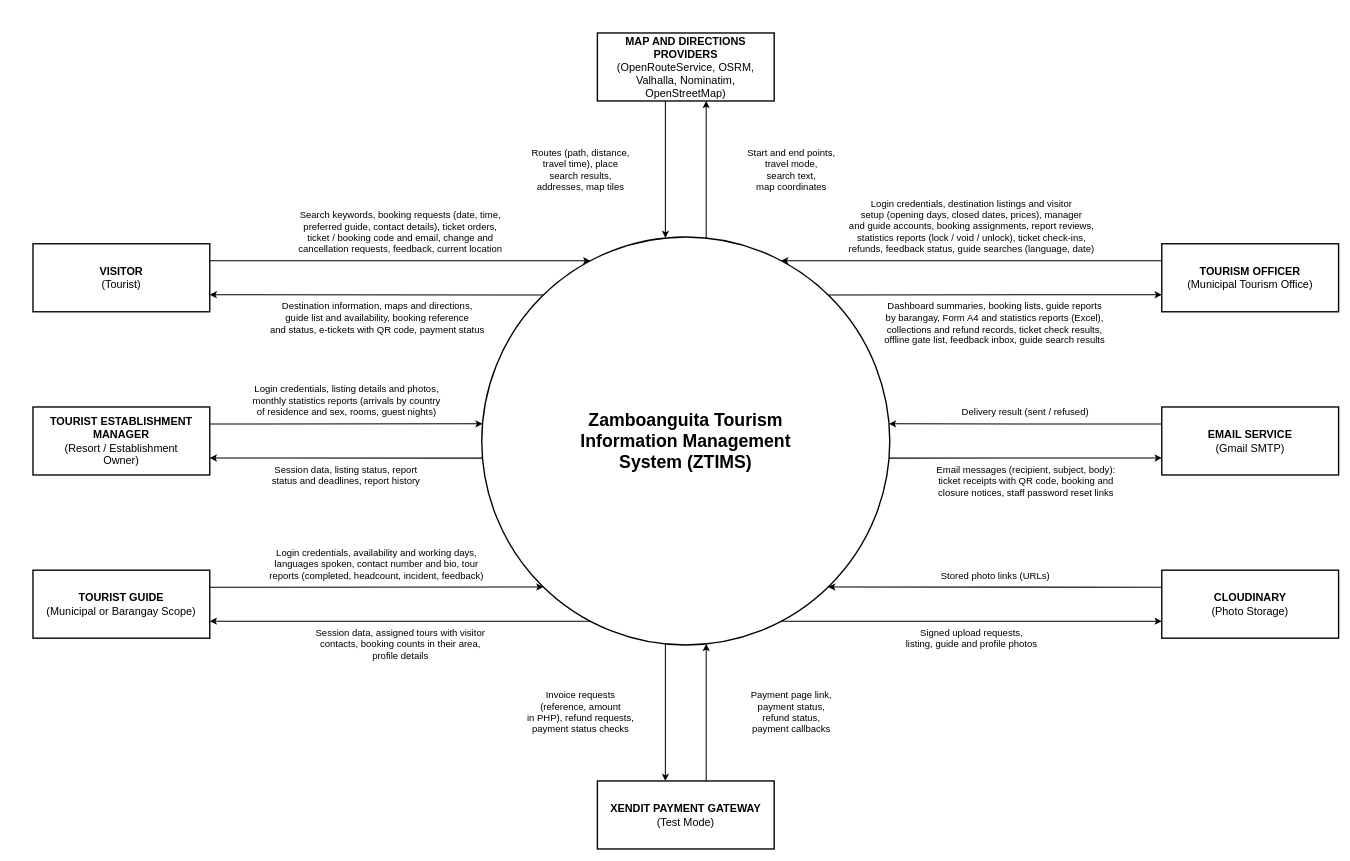
Above: docs/diagrams/ztims-context-diagram.drawio in jefee0101/ZTIMS (draw.io), before the change. Source tidied: cells renumbered, new cells numbered last; positions are measured from the earlier drawing's top-left corner, leaving out a move shared by most shapes. Both pictures are drawn from the tidied source at 68%, with x=0, y=0 at pixel (33, 33).
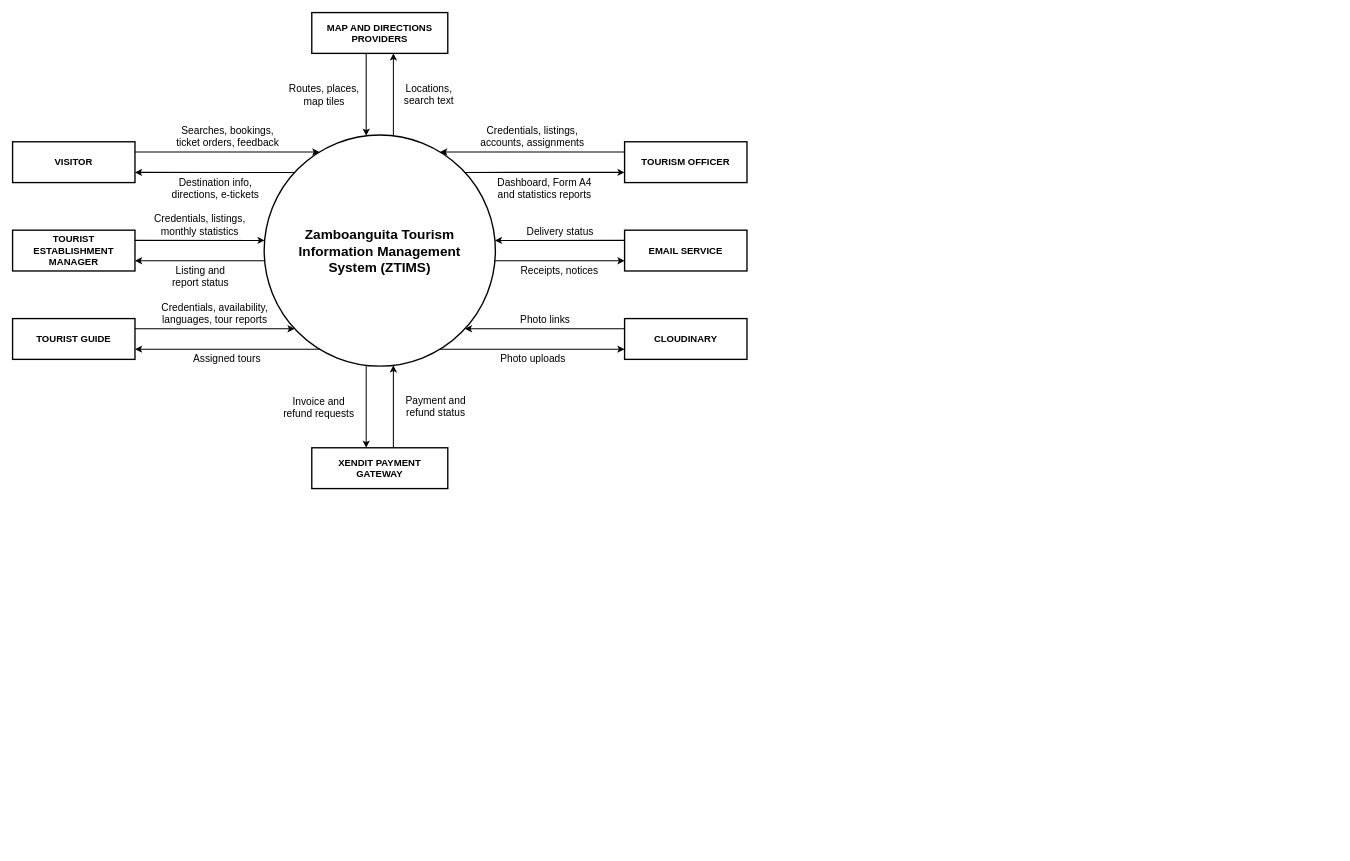
Above is the later version.

Commit message (it also covers changes not shown here):
Make the context diagram compact enough for one page

Drop the bracketed descriptions under each external entity, shorten every
data flow label to a few words, and shrink the canvas with larger text so
the diagram stays readable at page width.

Claude-Session: https://claude.ai/code/session_01DodXmhEpoi71garNeHNJmv

What changed in the source:
```diff
@@
-    <mxCell id="2" value="&lt;b&gt;Zamboanguita Tourism&lt;br&gt;Information Management&lt;br&gt;System (ZTIMS)&lt;/b&gt;" style="ellipse;whiteSpace=wrap;html=1;fillColor=#ffffff;strokeColor=#000000;strokeWidth=2;fontColor=#000000;fontSize=26;" parent="1" vertex="1">
-      <mxGeometry x="660" y="300" width="600" height="600" as="geometry" />
+    <mxCell id="2" value="Zamboanguita Tourism&lt;br&gt;Information Management&lt;br&gt;System (ZTIMS)" style="ellipse;whiteSpace=wrap;html=1;fillColor=#ffffff;strokeColor=#000000;strokeWidth=2;fontColor=#000000;fontStyle=1;fontSize=20;" parent="1" vertex="1">
+      <mxGeometry x="340" y="150" width="340" height="340" as="geometry" />
     </mxCell>
-    <mxCell id="3" value="&lt;b&gt;VISITOR&lt;/b&gt;&lt;br&gt;(Tourist)" style="rounded=0;whiteSpace=wrap;html=1;fillColor=#ffffff;strokeColor=#000000;strokeWidth=2;fontColor=#000000;fontSize=16;" parent="1" vertex="1">
-      <mxGeometry y="310" width="260" height="100" as="geometry" />
+    <mxCell id="3" value="VISITOR" style="rounded=0;whiteSpace=wrap;html=1;fillColor=#ffffff;strokeColor=#000000;strokeWidth=2;fontColor=#000000;fontStyle=1;fontSize=14;" parent="1" vertex="1">
+      <mxGeometry x="-30" y="160" width="180" height="60" as="geometry" />
     </mxCell>
-    <mxCell id="4" value="&lt;b&gt;TOURIST ESTABLISHMENT&lt;br&gt;MANAGER&lt;/b&gt;&lt;br&gt;(Resort / Establishment&lt;br&gt;Owner)" style="rounded=0;whiteSpace=wrap;html=1;fillColor=#ffffff;strokeColor=#000000;strokeWidth=2;fontColor=#000000;fontSize=16;" parent="1" vertex="1">
-      <mxGeometry y="550" width="260" height="100" as="geometry" />
+    <mxCell id="4" value="TOURIST&lt;br&gt;ESTABLISHMENT MANAGER" style="rounded=0;whiteSpace=wrap;html=1;fillColor=#ffffff;strokeColor=#000000;strokeWidth=2;fontColor=#000000;fontStyle=1;fontSize=14;" parent="1" vertex="1">
+      <mxGeometry x="-30" y="290" width="180" height="60" as="geometry" />
     </mxCell>
-    <mxCell id="5" value="&lt;b&gt;TOURIST GUIDE&lt;/b&gt;&lt;br&gt;(Municipal or Barangay Scope)" style="rounded=0;whiteSpace=wrap;html=1;fillColor=#ffffff;strokeColor=#000000;strokeWidth=2;fontColor=#000000;fontSize=16;" parent="1" vertex="1">
-      <mxGeometry y="790" width="260" height="100" as="geometry" />
+    <mxCell id="5" value="TOURIST GUIDE" style="rounded=0;whiteSpace=wrap;html=1;fillColor=#ffffff;strokeColor=#000000;strokeWidth=2;fontColor=#000000;fontStyle=1;fontSize=14;" parent="1" vertex="1">
+      <mxGeometry x="-30" y="420" width="180" height="60" as="geometry" />
     </mxCell>
-    <mxCell id="6" value="&lt;b&gt;TOURISM OFFICER&lt;/b&gt;&lt;br&gt;(Municipal Tourism Office)" style="rounded=0;whiteSpace=wrap;html=1;fillColor=#ffffff;strokeColor=#000000;strokeWidth=2;fontColor=#000000;fontSize=16;" parent="1" vertex="1">
-      <mxGeometry x="1660" y="310" width="260" height="100" as="geometry" />
+    <mxCell id="6" value="TOURISM OFFICER" style="rounded=0;whiteSpace=wrap;html=1;fillColor=#ffffff;strokeColor=#000000;strokeWidth=2;fontColor=#000000;fontStyle=1;fontSize=14;" parent="1" vertex="1">
+      <mxGeometry x="870" y="160" width="180" height="60" as="geometry" />
     </mxCell>
-    <mxCell id="7" value="&lt;b&gt;EMAIL SERVICE&lt;/b&gt;&lt;br&gt;(Gmail SMTP)" style="rounded=0;whiteSpace=wrap;html=1;fillColor=#ffffff;strokeColor=#000000;strokeWidth=2;fontColor=#000000;fontSize=16;" parent="1" vertex="1">
-      <mxGeometry x="1660" y="550" width="260" height="100" as="geometry" />
+    <mxCell id="7" value="EMAIL SERVICE" style="rounded=0;whiteSpace=wrap;html=1;fillColor=#ffffff;strokeColor=#000000;strokeWidth=2;fontColor=#000000;fontStyle=1;fontSize=14;" parent="1" vertex="1">
+      <mxGeometry x="870" y="290" width="180" height="60" as="geometry" />
     </mxCell>
-    <mxCell id="8" value="&lt;b&gt;CLOUDINARY&lt;/b&gt;&lt;br&gt;(Photo Storage)" style="rounded=0;whiteSpace=wrap;html=1;fillColor=#ffffff;strokeColor=#000000;strokeWidth=2;fontColor=#000000;fontSize=16;" parent="1" vertex="1">
-      <mxGeometry x="1660" y="790" width="260" height="100" as="geometry" />
+    <mxCell id="8" value="CLOUDINARY" style="rounded=0;whiteSpace=wrap;html=1;fillColor=#ffffff;strokeColor=#000000;strokeWidth=2;fontColor=#000000;fontStyle=1;fontSize=14;" parent="1" vertex="1">
+      <mxGeometry x="870" y="420" width="180" height="60" as="geometry" />
     </mxCell>
-    <mxCell id="9" value="&lt;b&gt;MAP AND DIRECTIONS PROVIDERS&lt;/b&gt;&lt;br&gt;(OpenRouteService, OSRM, Valhalla, Nominatim, OpenStreetMap)" style="rounded=0;whiteSpace=wrap;html=1;fillColor=#ffffff;strokeColor=#000000;strokeWidth=2;fontColor=#000000;fontSize=16;" parent="1" vertex="1">
-      <mxGeometry x="830" width="260" height="100" as="geometry" />
+    <mxCell id="9" value="MAP AND DIRECTIONS&lt;br&gt;PROVIDERS" style="rounded=0;whiteSpace=wrap;html=1;fillColor=#ffffff;strokeColor=#000000;strokeWidth=2;fontColor=#000000;fontStyle=1;fontSize=14;" parent="1" vertex="1">
+      <mxGeometry x="410" y="-30" width="200" height="60" as="geometry" />
     </mxCell>
-    <mxCell id="10" value="&lt;b&gt;XENDIT PAYMENT GATEWAY&lt;/b&gt;&lt;br&gt;(Test Mode)" style="rounded=0;whiteSpace=wrap;html=1;fillColor=#ffffff;strokeColor=#000000;strokeWidth=2;fontColor=#000000;fontSize=16;" parent="1" vertex="1">
-      <mxGeometry x="830" y="1100" width="260" height="100" as="geometry" />
+    <mxCell id="10" value="XENDIT PAYMENT&lt;br&gt;GATEWAY" style="rounded=0;whiteSpace=wrap;html=1;fillColor=#ffffff;strokeColor=#000000;strokeWidth=2;fontColor=#000000;fontStyle=1;fontSize=14;" parent="1" vertex="1">
+      <mxGeometry x="410" y="610" width="200" height="60" as="geometry" />
     </mxCell>
-    <mxCell id="11" value="Search keywords, booking requests (date, time,&lt;br&gt;preferred guide, contact details), ticket orders,&lt;br&gt;ticket / booking code and email, change and&lt;br&gt;cancellation requests, feedback, current location" style="endArrow=classic;html=1;strokeColor=#000000;strokeWidth=1.5;fontColor=#000000;fontSize=14;labelBackgroundColor=none;exitX=1;exitY=0.25;entryX=0.266;entryY=0.058;entryPerimeter=0;" parent="1" edge="1" source="3" target="2">
+    <mxCell id="11" value="Searches, bookings,&lt;br&gt;ticket orders, feedback" style="endArrow=classic;html=1;strokeColor=#000000;strokeWidth=1.5;fontColor=#000000;fontSize=15;labelBackgroundColor=none;exitX=1;exitY=0.25;entryX=0.239;entryY=0.0735;entryPerimeter=0;" parent="1" edge="1" source="3" target="2">
       <mxGeometry relative="1" as="geometry">
-        <mxPoint y="-42" as="offset" />
+        <mxPoint y="-23" as="offset" />
       </mxGeometry>
     </mxCell>
-    <mxCell id="12" value="Destination information, maps and directions,&lt;br&gt;guide list and availability, booking reference&lt;br&gt;and status, e-tickets with QR code, payment status" style="endArrow=classic;html=1;strokeColor=#000000;strokeWidth=1.5;fontColor=#000000;fontSize=14;labelBackgroundColor=none;exitX=0.151;exitY=0.142;exitPerimeter=0;entryX=1;entryY=0.75;" parent="1" edge="1" source="2" target="3">
+    <mxCell id="12" value="Destination info,&lt;br&gt;directions, e-tickets" style="endArrow=classic;html=1;strokeColor=#000000;strokeWidth=1.5;fontColor=#000000;fontSize=15;labelBackgroundColor=none;exitX=0.1318;exitY=0.1618;entryX=1;entryY=0.75;exitPerimeter=0;" parent="1" edge="1" source="2" target="3">
       <mxGeometry relative="1" as="geometry">
-        <mxPoint y="33.5" as="offset" />
+        <mxPoint y="23" as="offset" />
       </mxGeometry>
     </mxCell>
-    <mxCell id="13" value="Login credentials, listing details and photos,&lt;br&gt;monthly statistics reports (arrivals by country&lt;br&gt;of residence and sex, rooms, guest nights)" style="endArrow=classic;html=1;strokeColor=#000000;strokeWidth=1.5;fontColor=#000000;fontSize=14;labelBackgroundColor=none;exitX=1;exitY=0.25;entryX=0.002;entryY=0.458;entryPerimeter=0;" parent="1" edge="1" source="4" target="2">
+    <mxCell id="13" value="Credentials, listings,&lt;br&gt;monthly statistics" style="endArrow=classic;html=1;strokeColor=#000000;strokeWidth=1.5;fontColor=#000000;fontSize=15;labelBackgroundColor=none;exitX=1;exitY=0.25;entryX=0.002;entryY=0.4559;entryPerimeter=0;" parent="1" edge="1" source="4" target="2">
       <mxGeometry relative="1" as="geometry">
-        <mxPoint y="-33.5" as="offset" />
+        <mxPoint y="-23" as="offset" />
       </mxGeometry>
     </mxCell>
-    <mxCell id="14" value="Session data, listing status, report&lt;br&gt;status and deadlines, report history" style="endArrow=classic;html=1;strokeColor=#000000;strokeWidth=1.5;fontColor=#000000;fontSize=14;labelBackgroundColor=none;exitX=0.002;exitY=0.542;exitPerimeter=0;entryX=1;entryY=0.75;" parent="1" edge="1" source="2" target="4">
+    <mxCell id="14" value="Listing and&lt;br&gt;report status" style="endArrow=classic;html=1;strokeColor=#000000;strokeWidth=1.5;fontColor=#000000;fontSize=15;labelBackgroundColor=none;exitX=0.002;exitY=0.5441;entryX=1;entryY=0.75;exitPerimeter=0;" parent="1" edge="1" source="2" target="4">
       <mxGeometry relative="1" as="geometry">
-        <mxPoint y="25" as="offset" />
+        <mxPoint y="23" as="offset" />
       </mxGeometry>
     </mxCell>
-    <mxCell id="15" value="Login credentials, availability and working days,&lt;br&gt;languages spoken, contact number and bio, tour&lt;br&gt;reports (completed, headcount, incident, feedback)" style="endArrow=classic;html=1;strokeColor=#000000;strokeWidth=1.5;fontColor=#000000;fontSize=14;labelBackgroundColor=none;exitX=1;exitY=0.25;entryX=0.151;entryY=0.858;entryPerimeter=0;" parent="1" edge="1" source="5" target="2">
+    <mxCell id="15" value="Credentials, availability,&lt;br&gt;languages, tour reports" style="endArrow=classic;html=1;strokeColor=#000000;strokeWidth=1.5;fontColor=#000000;fontSize=15;labelBackgroundColor=none;exitX=1;exitY=0.25;entryX=0.1318;entryY=0.8382;entryPerimeter=0;" parent="1" edge="1" source="5" target="2">
       <mxGeometry relative="1" as="geometry">
-        <mxPoint y="-33.5" as="offset" />
+        <mxPoint y="-23" as="offset" />
       </mxGeometry>
     </mxCell>
-    <mxCell id="16" value="Session data, assigned tours with visitor&lt;br&gt;contacts, booking counts in their area,&lt;br&gt;profile details" style="endArrow=classic;html=1;strokeColor=#000000;strokeWidth=1.5;fontColor=#000000;fontSize=14;labelBackgroundColor=none;exitX=0.266;exitY=0.942;exitPerimeter=0;entryX=1;entryY=0.75;" parent="1" edge="1" source="2" target="5">
+    <mxCell id="16" value="Assigned tours" style="endArrow=classic;html=1;strokeColor=#000000;strokeWidth=1.5;fontColor=#000000;fontSize=15;labelBackgroundColor=none;exitX=0.239;exitY=0.9265;entryX=1;entryY=0.75;exitPerimeter=0;" parent="1" edge="1" source="2" target="5">
       <mxGeometry relative="1" as="geometry">
-        <mxPoint y="33.5" as="offset" />
+        <mxPoint y="14" as="offset" />
       </mxGeometry>
     </mxCell>
-    <mxCell id="17" value="Login credentials, destination listings and visitor&lt;br&gt;setup (opening days, closed dates, prices), manager&lt;br&gt;and guide accounts, booking assignments, report reviews,&lt;br&gt;statistics reports (lock / void / unlock), ticket check-ins,&lt;br&gt;refunds, feedback status, guide searches (language, date)" style="endArrow=classic;html=1;strokeColor=#000000;strokeWidth=1.5;fontColor=#000000;fontSize=14;labelBackgroundColor=none;exitX=0;exitY=0.25;entryX=0.734;entryY=0.058;entryPerimeter=0;" parent="1" edge="1" source="6" target="2">
+    <mxCell id="17" value="Credentials, listings,&lt;br&gt;accounts, assignments" style="endArrow=classic;html=1;strokeColor=#000000;strokeWidth=1.5;fontColor=#000000;fontSize=15;labelBackgroundColor=none;exitX=0;exitY=0.25;entryX=0.761;entryY=0.0735;entryPerimeter=0;" parent="1" edge="1" source="6" target="2">
       <mxGeometry relative="1" as="geometry">
-        <mxPoint y="-50.5" as="offset" />
+        <mxPoint y="-23" as="offset" />
       </mxGeometry>
     </mxCell>
-    <mxCell id="18" value="Dashboard summaries, booking lists, guide reports&lt;br&gt;by barangay, Form A4 and statistics reports (Excel),&lt;br&gt;collections and refund records, ticket check results,&lt;br&gt;offline gate list, feedback inbox, guide search results" style="endArrow=classic;html=1;strokeColor=#000000;strokeWidth=1.5;fontColor=#000000;fontSize=14;labelBackgroundColor=none;exitX=0.849;exitY=0.142;exitPerimeter=0;entryX=0;entryY=0.75;" parent="1" edge="1" source="2" target="6">
+    <mxCell id="18" value="Dashboard, Form A4&lt;br&gt;and statistics reports" style="endArrow=classic;html=1;strokeColor=#000000;strokeWidth=1.5;fontColor=#000000;fontSize=15;labelBackgroundColor=none;exitX=0.8682;exitY=0.1618;entryX=0;entryY=0.75;exitPerimeter=0;" parent="1" edge="1" source="2" target="6">
       <mxGeometry relative="1" as="geometry">
-        <mxPoint y="42" as="offset" />
+        <mxPoint y="23" as="offset" />
       </mxGeometry>
     </mxCell>
-    <mxCell id="19" value="Delivery result (sent / refused)" style="endArrow=classic;html=1;strokeColor=#000000;strokeWidth=1.5;fontColor=#000000;fontSize=14;labelBackgroundColor=none;exitX=0;exitY=0.25;entryX=0.998;entryY=0.458;entryPerimeter=0;" parent="1" edge="1" source="7" target="2">
+    <mxCell id="19" value="Delivery status" style="endArrow=classic;html=1;strokeColor=#000000;strokeWidth=1.5;fontColor=#000000;fontSize=15;labelBackgroundColor=none;exitX=0;exitY=0.25;entryX=0.998;entryY=0.4559;entryPerimeter=0;" parent="1" edge="1" source="7" target="2">
       <mxGeometry relative="1" as="geometry">
-        <mxPoint y="-16.5" as="offset" />
+        <mxPoint y="-14" as="offset" />
       </mxGeometry>
     </mxCell>
-    <mxCell id="20" value="Email messages (recipient, subject, body):&lt;br&gt;ticket receipts with QR code, booking and&lt;br&gt;closure notices, staff password reset links" style="endArrow=classic;html=1;strokeColor=#000000;strokeWidth=1.5;fontColor=#000000;fontSize=14;labelBackgroundColor=none;exitX=0.998;exitY=0.542;exitPerimeter=0;entryX=0;entryY=0.75;" parent="1" edge="1" source="2" target="7">
+    <mxCell id="20" value="Receipts, notices" style="endArrow=classic;html=1;strokeColor=#000000;strokeWidth=1.5;fontColor=#000000;fontSize=15;labelBackgroundColor=none;exitX=0.998;exitY=0.5441;entryX=0;entryY=0.75;exitPerimeter=0;" parent="1" edge="1" source="2" target="7">
       <mxGeometry relative="1" as="geometry">
-        <mxPoint y="33.5" as="offset" />
+        <mxPoint y="14" as="offset" />
       </mxGeometry>
     </mxCell>
-    <mxCell id="21" value="Stored photo links (URLs)" style="endArrow=classic;html=1;strokeColor=#000000;strokeWidth=1.5;fontColor=#000000;fontSize=14;labelBackgroundColor=none;exitX=0;exitY=0.25;entryX=0.849;entryY=0.858;entryPerimeter=0;" parent="1" edge="1" source="8" target="2">
+    <mxCell id="21" value="Photo links" style="endArrow=classic;html=1;strokeColor=#000000;strokeWidth=1.5;fontColor=#000000;fontSize=15;labelBackgroundColor=none;exitX=0;exitY=0.25;entryX=0.8682;entryY=0.8382;entryPerimeter=0;" parent="1" edge="1" source="8" target="2">
       <mxGeometry relative="1" as="geometry">
-        <mxPoint y="-16.5" as="offset" />
+        <mxPoint y="-14" as="offset" />
       </mxGeometry>
     </mxCell>
-    <mxCell id="22" value="Signed upload requests,&lt;br&gt;listing, guide and profile photos" style="endArrow=classic;html=1;strokeColor=#000000;strokeWidth=1.5;fontColor=#000000;fontSize=14;labelBackgroundColor=none;exitX=0.734;exitY=0.942;exitPerimeter=0;entryX=0;entryY=0.75;" parent="1" edge="1" source="2" target="8">
+    <mxCell id="22" value="Photo uploads" style="endArrow=classic;html=1;strokeColor=#000000;strokeWidth=1.5;fontColor=#000000;fontSize=15;labelBackgroundColor=none;exitX=0.761;exitY=0.9265;entryX=0;entryY=0.75;exitPerimeter=0;" parent="1" edge="1" source="2" target="8">
       <mxGeometry relative="1" as="geometry">
-        <mxPoint y="25" as="offset" />
+        <mxPoint y="14" as="offset" />
       </mxGeometry>
     </mxCell>
-    <mxCell id="23" value="Routes (path, distance,&lt;br&gt;travel time), place&lt;br&gt;search results,&lt;br&gt;addresses, map tiles" style="endArrow=classic;html=1;strokeColor=#000000;strokeWidth=1.5;fontColor=#000000;fontSize=14;labelBackgroundColor=none;exitX=0.3846;exitY=1;entryX=0.45;entryY=0.0025;entryPerimeter=0;" parent="1" edge="1" source="9" target="2">
+    <mxCell id="23" value="Routes, places,&lt;br&gt;map tiles" style="endArrow=classic;html=1;strokeColor=#000000;strokeWidth=1.5;fontColor=#000000;fontSize=15;labelBackgroundColor=none;exitX=0.4;exitY=1;entryX=0.4412;entryY=0.0035;entryPerimeter=0;" parent="1" edge="1" source="9" target="2">
       <mxGeometry relative="1" as="geometry">
-        <mxPoint x="-125" as="offset" />
+        <mxPoint x="-62" as="offset" />
       </mxGeometry>
     </mxCell>
-    <mxCell id="24" value="Start and end points,&lt;br&gt;travel mode,&lt;br&gt;search text,&lt;br&gt;map coordinates" style="endArrow=classic;html=1;strokeColor=#000000;strokeWidth=1.5;fontColor=#000000;fontSize=14;labelBackgroundColor=none;exitX=0.55;exitY=0.0025;exitPerimeter=0;entryX=0.6154;entryY=1;" parent="1" edge="1" source="2" target="9">
+    <mxCell id="24" value="Locations,&lt;br&gt;search text" style="endArrow=classic;html=1;strokeColor=#000000;strokeWidth=1.5;fontColor=#000000;fontSize=15;labelBackgroundColor=none;exitX=0.5588;exitY=0.0035;entryX=0.6;entryY=1;exitPerimeter=0;" parent="1" edge="1" source="2" target="9">
       <mxGeometry relative="1" as="geometry">
-        <mxPoint x="125" as="offset" />
+        <mxPoint x="52" as="offset" />
       </mxGeometry>
     </mxCell>
-    <mxCell id="25" value="Invoice requests&lt;br&gt;(reference, amount&lt;br&gt;in PHP), refund requests,&lt;br&gt;payment status checks" style="endArrow=classic;html=1;strokeColor=#000000;strokeWidth=1.5;fontColor=#000000;fontSize=14;labelBackgroundColor=none;exitX=0.45;exitY=0.9975;exitPerimeter=0;entryX=0.3846;entryY=0;" parent="1" edge="1" source="2" target="10">
+    <mxCell id="25" value="Invoice and&lt;br&gt;refund requests" style="endArrow=classic;html=1;strokeColor=#000000;strokeWidth=1.5;fontColor=#000000;fontSize=15;labelBackgroundColor=none;exitX=0.4412;exitY=0.9965;entryX=0.4;entryY=0;exitPerimeter=0;" parent="1" edge="1" source="2" target="10">
       <mxGeometry relative="1" as="geometry">
-        <mxPoint x="-125" as="offset" />
+        <mxPoint x="-70" as="offset" />
       </mxGeometry>
     </mxCell>
-    <mxCell id="26" value="Payment page link,&lt;br&gt;payment status,&lt;br&gt;refund status,&lt;br&gt;payment callbacks" style="endArrow=classic;html=1;strokeColor=#000000;strokeWidth=1.5;fontColor=#000000;fontSize=14;labelBackgroundColor=none;exitX=0.6154;exitY=0;entryX=0.55;entryY=0.9975;entryPerimeter=0;" parent="1" edge="1" source="10" target="2">
+    <mxCell id="26" value="Payment and&lt;br&gt;refund status" style="endArrow=classic;html=1;strokeColor=#000000;strokeWidth=1.5;fontColor=#000000;fontSize=15;labelBackgroundColor=none;exitX=0.6;exitY=0;entryX=0.5588;entryY=0.9965;entryPerimeter=0;" parent="1" edge="1" source="10" target="2">
       <mxGeometry relative="1" as="geometry">
-        <mxPoint x="125" as="offset" />
+        <mxPoint x="62" as="offset" />
       </mxGeometry>
     </mxCell>
```
